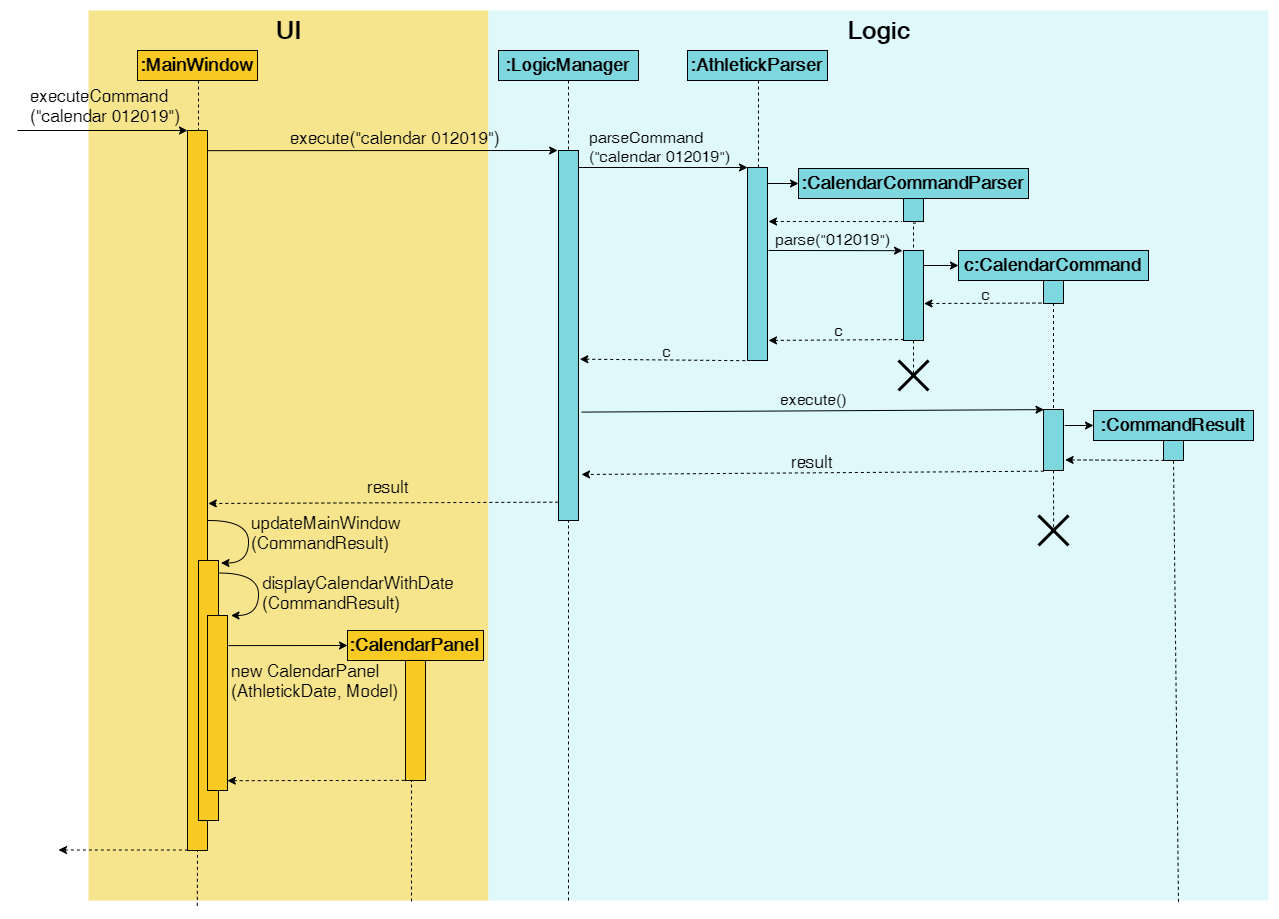
Earlier version of the draw.io export docs/images/CalendarCommandSequenceDiagram1.png (nus-cs2103-AY1920S1/addressbook-level3). Source tidied: cells renumbered, new cells last; positions are measured from the earlier drawing's top-left corner, leaving out a move shared by most shapes.
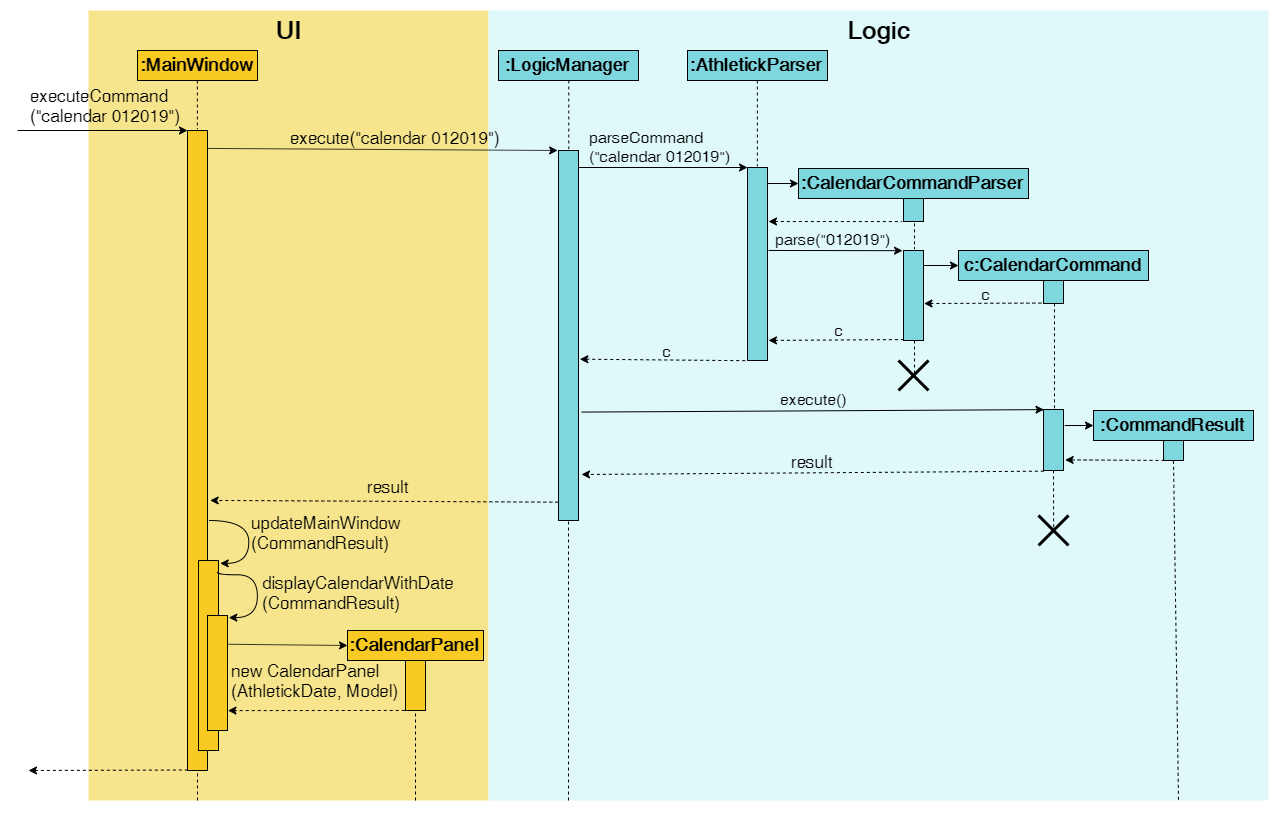
The same diagram one commit later.

Change to the diagram source:
```diff
@@ -3,13 +3,13 @@
     <mxCell id="0" />
     <mxCell id="1" parent="0" />
     <mxCell id="2" style="rounded=0;whiteSpace=wrap;html=1;fillColor=#f6e58d;strokeColor=none;" parent="1" vertex="1">
-      <mxGeometry x="71" width="400" height="890" as="geometry" />
+      <mxGeometry x="71" width="400" height="790" as="geometry" />
     </mxCell>
     <mxCell id="3" value="UI" style="text;html=1;strokeColor=none;fillColor=none;align=center;verticalAlign=middle;whiteSpace=wrap;rounded=0;fontSize=25;fontStyle=1;" parent="1" vertex="1">
       <mxGeometry x="251" y="10" width="40" height="20" as="geometry" />
     </mxCell>
     <mxCell id="4" style="rounded=0;whiteSpace=wrap;html=1;fillColor=#dff9fb;strokeColor=none;" parent="1" vertex="1">
-      <mxGeometry x="471" width="780" height="890" as="geometry" />
+      <mxGeometry x="471" width="780" height="790" as="geometry" />
     </mxCell>
     <mxCell id="5" value="Logic" style="text;html=1;strokeColor=none;fillColor=none;align=center;verticalAlign=middle;whiteSpace=wrap;rounded=0;fontSize=25;fontStyle=1;" parent="1" vertex="1">
       <mxGeometry x="841" y="10" width="40" height="20" as="geometry" />
@@ -21,7 +21,7 @@
       <mxGeometry x="120" y="40" width="120" height="30" as="geometry" />
     </mxCell>
     <mxCell id="8" style="rounded=0;whiteSpace=wrap;html=1;fillColor=#f9ca24;strokeColor=#000000;" parent="1" vertex="1">
-      <mxGeometry x="170" y="120" width="20" height="720" as="geometry" />
+      <mxGeometry x="170" y="120" width="20" height="640" as="geometry" />
     </mxCell>
     <mxCell id="9" style="endArrow=classic;html=1;" parent="1" edge="1">
       <mxGeometry relative="1" as="geometry">
@@ -32,13 +32,15 @@
     <mxCell id="10" value="executeCommand&lt;br&gt;(&quot;calendar 012019&quot;)" style="text;html=1;align=left;verticalAlign=top;spacingTop=-4;fontSize=17;" parent="1" vertex="1">
       <mxGeometry x="11" y="73" width="170" height="40" as="geometry" />
     </mxCell>
-    <mxCell id="11" style="endArrow=none;dashed=1;html=1;entryX=0.5;entryY=1;entryDx=0;entryDy=0;exitX=0.272;exitY=1.006;exitDx=0;exitDy=0;exitPerimeter=0;" parent="1" edge="1" source="2" target="8">
-      <mxGeometry relative="1" as="geometry" />
+    <mxCell id="11" style="endArrow=none;dashed=1;html=1;entryX=0.5;entryY=1;entryDx=0;entryDy=0;" parent="1" edge="1" target="8">
+      <mxGeometry relative="1" as="geometry">
+        <mxPoint x="180" y="790" as="sourcePoint" />
+      </mxGeometry>
     </mxCell>
     <mxCell id="12" style="endArrow=none;html=1;entryX=-0.05;entryY=1;entryDx=0;entryDy=0;entryPerimeter=0;dashed=1;startArrow=classic;startFill=1;endFill=0;" parent="1" edge="1">
       <mxGeometry relative="1" as="geometry">
-        <mxPoint x="41" y="839.5" as="sourcePoint" />
-        <mxPoint x="170" y="839.5" as="targetPoint" />
+        <mxPoint x="11" y="760" as="sourcePoint" />
+        <mxPoint x="170" y="759.5" as="targetPoint" />
       </mxGeometry>
     </mxCell>
     <mxCell id="13" style="endArrow=classic;html=1;entryX=-0.044;entryY=0;entryDx=0;entryDy=0;entryPerimeter=0;exitX=1.015;exitY=0.028;exitDx=0;exitDy=0;exitPerimeter=0;" parent="1" edge="1" source="8" target="17">
@@ -58,7 +60,7 @@
     </mxCell>
     <mxCell id="18" style="endArrow=none;dashed=1;html=1;entryX=0.5;entryY=1;entryDx=0;entryDy=0;" parent="1" edge="1" target="17">
       <mxGeometry relative="1" as="geometry">
-        <mxPoint x="551" y="890" as="sourcePoint" />
+        <mxPoint x="551" y="790" as="sourcePoint" />
       </mxGeometry>
     </mxCell>
     <mxCell id="19" style="edgeStyle=orthogonalEdgeStyle;rounded=0;jettySize=auto;html=1;exitX=0.5;exitY=1;exitDx=0;exitDy=0;dashed=1;startArrow=none;startFill=0;endArrow=none;endFill=0;entryX=0.5;entryY=0;entryDx=0;entryDy=0;" parent="1" edge="1" source="20" target="21">
@@ -188,7 +190,7 @@
     <mxCell id="53" value="result" style="text;html=1;align=left;verticalAlign=top;spacingTop=-4;fontSize=17;" parent="1" vertex="1">
       <mxGeometry x="772" y="439" width="40" height="20" as="geometry" />
     </mxCell>
-    <mxCell id="54" style="endArrow=classic;html=1;dashed=1;startArrow=none;startFill=0;endFill=1;exitX=0.017;exitY=1.011;exitDx=0;exitDy=0;exitPerimeter=0;entryX=1.039;entryY=0.518;entryDx=0;entryDy=0;entryPerimeter=0;" parent="1" edge="1" target="8">
+    <mxCell id="54" style="endArrow=classic;html=1;dashed=1;startArrow=none;startFill=0;endFill=1;exitX=0.017;exitY=1.011;exitDx=0;exitDy=0;exitPerimeter=0;entryX=1.133;entryY=0.578;entryDx=0;entryDy=0;entryPerimeter=0;" parent="1" edge="1" target="8">
       <mxGeometry relative="1" as="geometry">
         <mxPoint x="540.8" y="491.7" as="sourcePoint" />
       </mxGeometry>
@@ -197,7 +199,7 @@
       <mxGeometry x="348" y="464" width="40" height="20" as="geometry" />
     </mxCell>
     <mxCell id="56" style="rounded=0;whiteSpace=wrap;html=1;fillColor=#f9ca24;strokeColor=#000000;" parent="1" vertex="1">
-      <mxGeometry x="181" y="550" width="20" height="260" as="geometry" />
+      <mxGeometry x="181" y="550" width="20" height="190" as="geometry" />
     </mxCell>
     <mxCell id="57" style="endArrow=classic;html=1;edgeStyle=orthogonalEdgeStyle;curved=1;entryX=1.089;entryY=0.012;entryDx=0;entryDy=0;entryPerimeter=0;" parent="1" edge="1" target="56">
       <mxGeometry relative="1" as="geometry">
@@ -213,7 +215,7 @@
       <mxGeometry x="232" y="500" width="160" height="40" as="geometry" />
     </mxCell>
     <mxCell id="59" style="rounded=0;whiteSpace=wrap;html=1;fillColor=#f9ca24;strokeColor=#000000;" parent="1" vertex="1">
-      <mxGeometry x="190" y="605" width="20" height="175" as="geometry" />
+      <mxGeometry x="190" y="605" width="20" height="115" as="geometry" />
     </mxCell>
     <mxCell id="60" style="endArrow=classic;html=1;edgeStyle=orthogonalEdgeStyle;curved=1;entryX=1.089;entryY=0.012;entryDx=0;entryDy=0;entryPerimeter=0;" parent="1" edge="1">
       <mxGeometry relative="1" as="geometry">
@@ -232,19 +234,19 @@
     <mxCell id="62" value="&lt;font style=&quot;font-size: 18px&quot;&gt;:CalendarPanel&lt;/font&gt;" style="rounded=0;whiteSpace=wrap;html=1;fillColor=#f9ca24;strokeColor=#000000;fontStyle=1;" parent="1" vertex="1">
       <mxGeometry x="330" y="620" width="136" height="30" as="geometry" />
     </mxCell>
-    <mxCell id="63" style="endArrow=classic;html=1;entryX=0;entryY=0.5;entryDx=0;entryDy=0;exitX=1.047;exitY=0.172;exitDx=0;exitDy=0;exitPerimeter=0;" parent="1" edge="1" source="59" target="62">
+    <mxCell id="63" style="endArrow=classic;html=1;entryX=0;entryY=0.5;entryDx=0;entryDy=0;exitX=1;exitY=0.25;exitDx=0;exitDy=0;" parent="1" edge="1" source="59" target="62">
       <mxGeometry relative="1" as="geometry" />
     </mxCell>
     <mxCell id="64" style="rounded=0;whiteSpace=wrap;html=1;fillColor=#f9ca24;strokeColor=#000000;" parent="1" vertex="1">
-      <mxGeometry x="388" y="650" width="20" height="120" as="geometry" />
+      <mxGeometry x="388" y="650" width="20" height="50" as="geometry" />
     </mxCell>
-    <mxCell id="65" style="endArrow=classic;html=1;dashed=1;startArrow=none;startFill=0;endFill=1;exitX=-0.037;exitY=0.999;exitDx=0;exitDy=0;exitPerimeter=0;entryX=0.992;entryY=0.944;entryDx=0;entryDy=0;entryPerimeter=0;" parent="1" edge="1" source="64" target="59">
+    <mxCell id="65" style="endArrow=classic;html=1;dashed=1;startArrow=none;startFill=0;endFill=1;exitX=-0.037;exitY=0.999;exitDx=0;exitDy=0;exitPerimeter=0;entryX=1.024;entryY=0.827;entryDx=0;entryDy=0;entryPerimeter=0;" parent="1" edge="1" source="64" target="59">
       <mxGeometry relative="1" as="geometry" />
     </mxCell>
     <mxCell id="66" style="endArrow=none;dashed=1;html=1;entryX=0.5;entryY=1;entryDx=0;entryDy=0;" parent="1" edge="1">
       <mxGeometry relative="1" as="geometry">
-        <mxPoint x="394" y="891" as="sourcePoint" />
-        <mxPoint x="394" y="770" as="targetPoint" />
+        <mxPoint x="398" y="790" as="sourcePoint" />
+        <mxPoint x="398" y="700" as="targetPoint" />
       </mxGeometry>
     </mxCell>
     <mxCell id="67" style="rounded=0;jettySize=auto;html=1;exitX=0.5;exitY=1;exitDx=0;exitDy=0;dashed=1;startArrow=none;startFill=0;endArrow=none;endFill=0;entryX=0.504;entryY=0.485;entryDx=0;entryDy=0;entryPerimeter=0;" parent="1" edge="1" target="68">
@@ -258,7 +260,7 @@
     <mxCell id="69" style="rounded=0;orthogonalLoop=1;jettySize=auto;html=1;exitX=0.5;exitY=1;exitDx=0;exitDy=0;dashed=1;startArrow=none;startFill=0;endArrow=none;endFill=0;" parent="1" edge="1">
       <mxGeometry relative="1" as="geometry">
         <mxPoint x="1156" y="450.3" as="sourcePoint" />
-        <mxPoint x="1161" y="893" as="targetPoint" />
+        <mxPoint x="1161" y="790" as="targetPoint" />
       </mxGeometry>
     </mxCell>
     <mxCell id="70" value="new CalendarPanel&lt;br&gt;(AthletickDate, Model)" style="text;html=1;align=left;verticalAlign=top;spacingTop=-4;fontSize=17;" parent="1" vertex="1">
```
